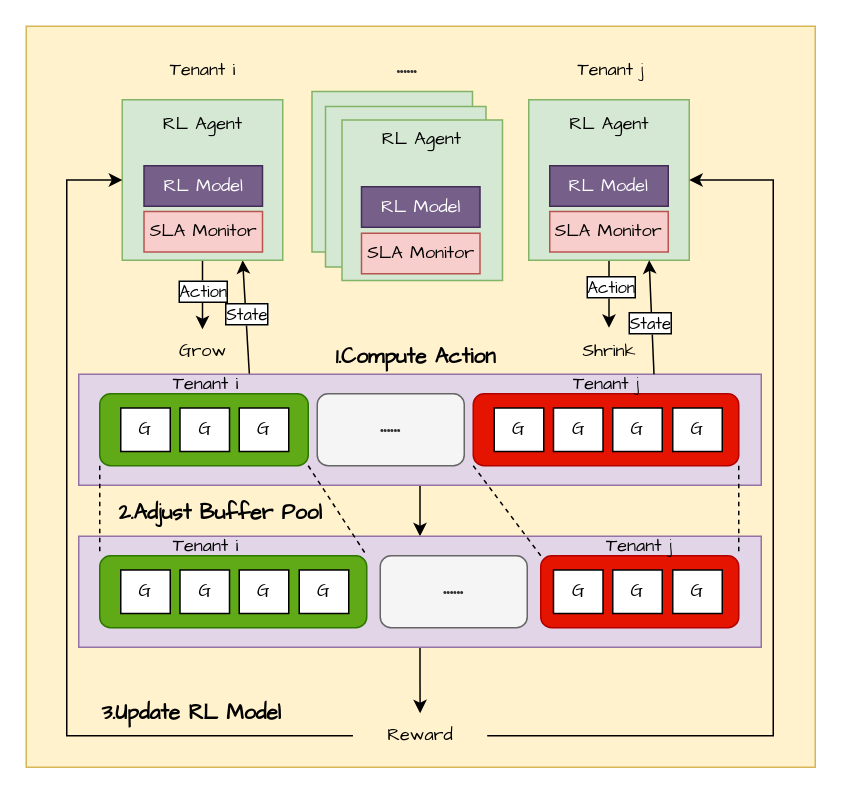
Earlier version of the draw.io diagram 未命名绘图.drawio (K111DK/Network-utils). Source tidied: cells renumbered, new cells numbered last; positions are measured from the earlier drawing's top-left corner, leaving out a move shared by most shapes. Both pictures are drawn from the tidied source at 150%, with x=0, y=0 at pixel (26, 26).
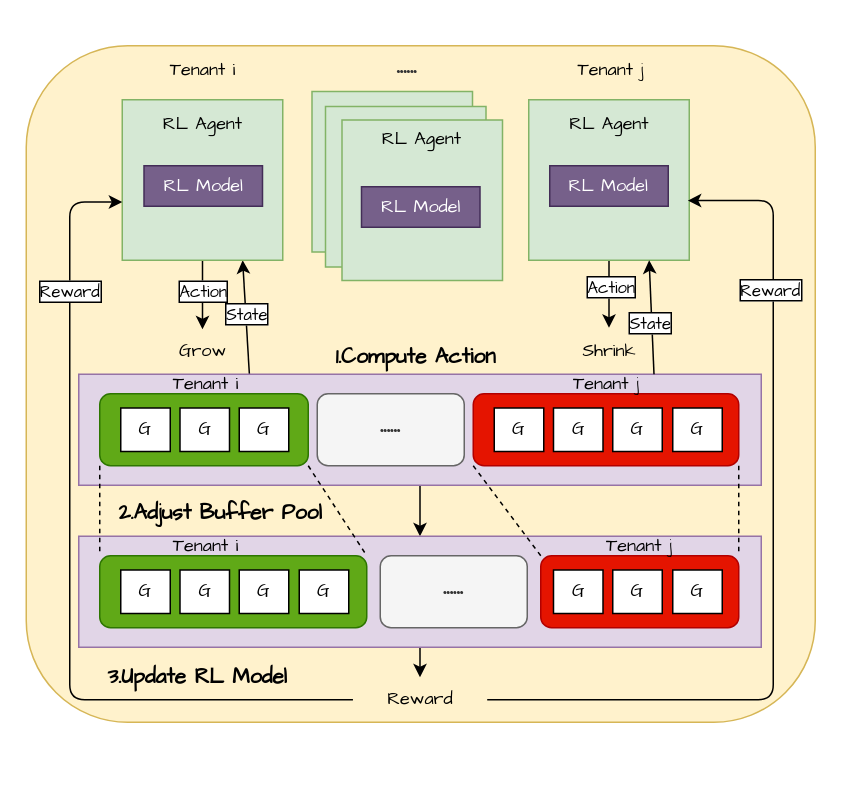
After the change.

Commit message:
更新未命名绘图.drawio

Unchanged cells that the change refers to:
```xml
<mxCell id="38" style="whiteSpace=wrap;html=1;align=center;fillColor=#d5e8d4;strokeColor=#82b366;fontFamily=Comic Sans MS;" parent="1" vertex="1">
  <mxGeometry x="64" y="49" width="107" height="107" as="geometry" />
</mxCell>
<mxCell id="43" style="whiteSpace=wrap;html=1;align=center;fillColor=#d5e8d4;strokeColor=#82b366;fontFamily=Comic Sans MS;" parent="1" vertex="1">
  <mxGeometry x="335" y="49" width="107" height="107" as="geometry" />
</mxCell>
```

Diff of the diagram source:
```diff
@@
-    <mxCell id="2" style="rounded=0;whiteSpace=wrap;html=1;fillColor=#fff2cc;strokeColor=#d6b656;" parent="1" vertex="1">
-      <mxGeometry width="526" height="494" as="geometry" />
+    <mxCell id="2" style="rounded=1;whiteSpace=wrap;html=1;fillColor=#fff2cc;strokeColor=#d6b656;" parent="1" vertex="1">
+      <mxGeometry y="13" width="526" height="451" as="geometry" />
     </mxCell>
@@
-    <mxCell id="46" style="edgeStyle=orthogonalEdgeStyle;rounded=0;jettySize=auto;html=1;exitX=1;exitY=0.5;exitDx=0;exitDy=0;entryX=1;entryY=0.5;entryDx=0;entryDy=0;fontFamily=Comic Sans MS;" parent="1" edge="1" source="48" target="43">
-      <mxGeometry relative="1" as="geometry">
-        <Array as="points">
-          <mxPoint x="498" y="473" />
-          <mxPoint x="498" y="102" />
-        </Array>
-      </mxGeometry>
-    </mxCell>
-    <mxCell id="47" style="edgeStyle=orthogonalEdgeStyle;rounded=0;jettySize=auto;html=1;exitX=0;exitY=0.5;exitDx=0;exitDy=0;entryX=0;entryY=0.5;entryDx=0;entryDy=0;fontFamily=Comic Sans MS;" parent="1" edge="1" source="48" target="38">
-      <mxGeometry relative="1" as="geometry">
-        <Array as="points">
-          <mxPoint x="27" y="473" />
-          <mxPoint x="27" y="102" />
-        </Array>
-      </mxGeometry>
-    </mxCell>
     <mxCell id="48" value="Reward" style="text;html=1;whiteSpace=wrap;strokeColor=none;fillColor=none;align=center;verticalAlign=middle;rounded=1;fontFamily=Comic Sans MS;" parent="1" vertex="1">
-      <mxGeometry x="217.8" y="458" width="89.5" height="30" as="geometry" />
+      <mxGeometry x="217.8" y="434" width="89.5" height="30" as="geometry" />
     </mxCell>
@@
     <mxCell id="60" value="&lt;font style=&quot;font-size: 14px;&quot;&gt;&lt;b&gt;3.Update RL Model&lt;/b&gt;&lt;/font&gt;" style="text;html=1;whiteSpace=wrap;strokeColor=none;fillColor=none;align=center;verticalAlign=middle;rounded=0;fontFamily=Comic Sans MS;" parent="1" vertex="1">
-      <mxGeometry x="14" y="443" width="193" height="30" as="geometry" />
+      <mxGeometry x="17.5" y="419" width="193" height="30" as="geometry" />
     </mxCell>
@@
-    <mxCell id="65" value="SLA Monitor" style="rounded=0;whiteSpace=wrap;html=1;fillColor=#f8cecc;strokeColor=#b85450;fontFamily=Comic Sans MS;" parent="1" vertex="1">
-      <mxGeometry x="78.5" y="123.5" width="79" height="27" as="geometry" />
-    </mxCell>
-    <mxCell id="66" value="SLA Monitor" style="rounded=0;whiteSpace=wrap;html=1;fillColor=#f8cecc;strokeColor=#b85450;fontFamily=Comic Sans MS;" parent="1" vertex="1">
-      <mxGeometry x="223.5" y="138" width="79" height="27" as="geometry" />
-    </mxCell>
-    <mxCell id="67" value="SLA Monitor" style="rounded=0;whiteSpace=wrap;html=1;fillColor=#f8cecc;strokeColor=#b85450;fontFamily=Comic Sans MS;" parent="1" vertex="1">
-      <mxGeometry x="349" y="123.5" width="79" height="27" as="geometry" />
-    </mxCell>
@@
+    <mxCell id="47" style="edgeStyle=orthogonalEdgeStyle;rounded=1;jettySize=auto;html=1;exitX=0;exitY=0.5;exitDx=0;exitDy=0;entryX=0;entryY=0.637;entryDx=0;entryDy=0;entryPerimeter=0;curved=0;" parent="1" edge="1" source="48" target="38">
+      <mxGeometry relative="1" as="geometry">
+        <Array as="points">
+          <mxPoint x="29" y="449" />
+          <mxPoint x="29" y="117" />
+        </Array>
+      </mxGeometry>
+    </mxCell>
+    <mxCell id="69" value="&lt;font face=&quot;Comic Sans MS&quot;&gt;Reward&lt;/font&gt;" style="edgeLabel;html=1;align=center;verticalAlign=middle;labelBorderColor=default;" parent="47" vertex="1">
+      <mxGeometry x="0.66" y="1" relative="1" as="geometry" />
+    </mxCell>
+    <mxCell id="46" style="edgeStyle=orthogonalEdgeStyle;rounded=1;jettySize=auto;html=1;exitX=1;exitY=0.5;exitDx=0;exitDy=0;entryX=0.991;entryY=0.628;entryDx=0;entryDy=0;entryPerimeter=0;curved=0;" parent="1" edge="1" source="48" target="43">
+      <mxGeometry relative="1" as="geometry">
+        <Array as="points">
+          <mxPoint x="498" y="449" />
+          <mxPoint x="498" y="116" />
+        </Array>
+      </mxGeometry>
+    </mxCell>
+    <mxCell id="70" value="&lt;font face=&quot;Comic Sans MS&quot;&gt;Reward&lt;/font&gt;" style="edgeLabel;html=1;align=center;verticalAlign=middle;labelBorderColor=default;" parent="46" vertex="1">
+      <mxGeometry x="0.6" y="3" relative="1" as="geometry" />
+    </mxCell>
```
